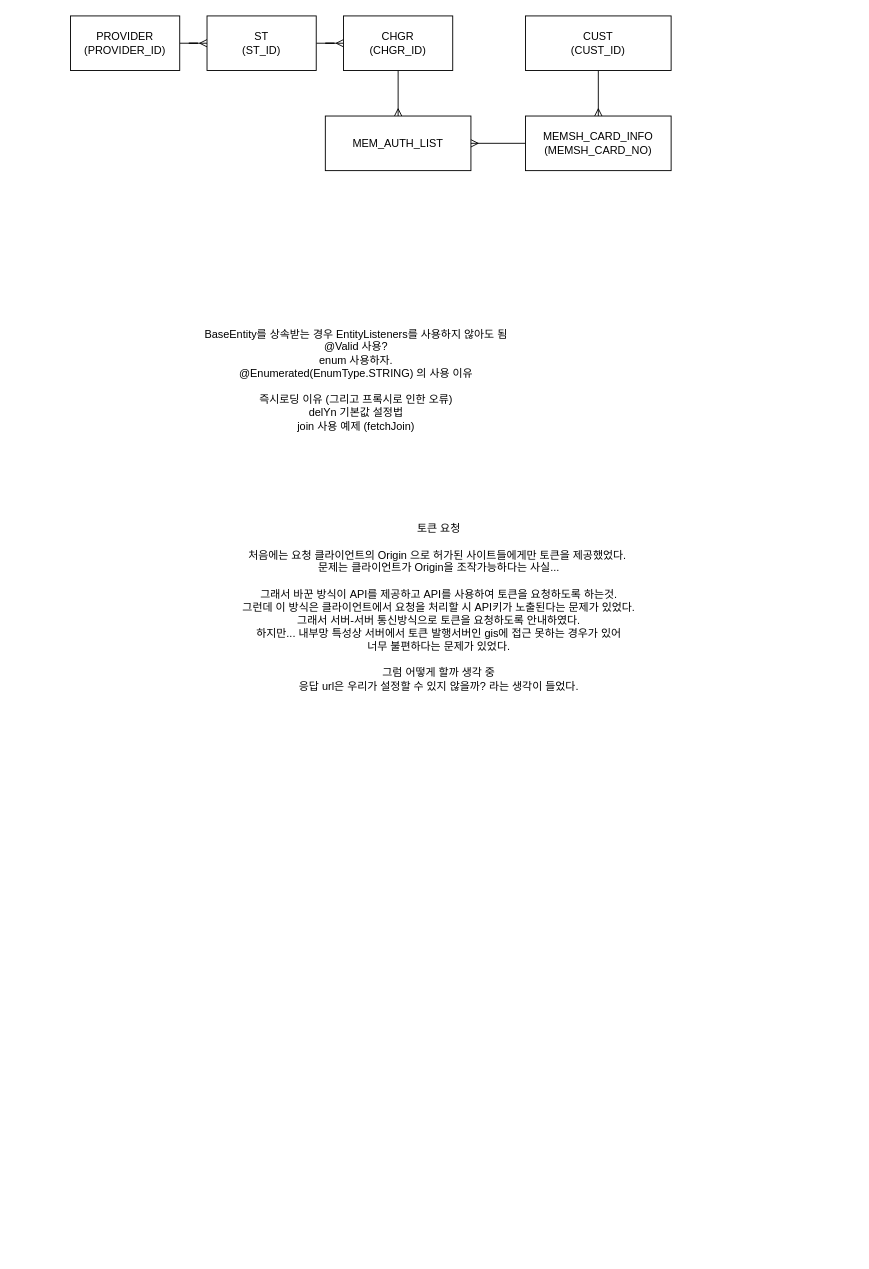
Above: mg/제목 없는 다이어그램.drawio in nadale28/drawio (draw.io), before the change. Source tidied: cells renumbered, new cells numbered last; positions are measured from the earlier drawing's top-left corner, leaving out a move shared by most shapes. Both pictures are drawn from the tidied source at 91%, with x=0, y=0 at pixel (70, 15).
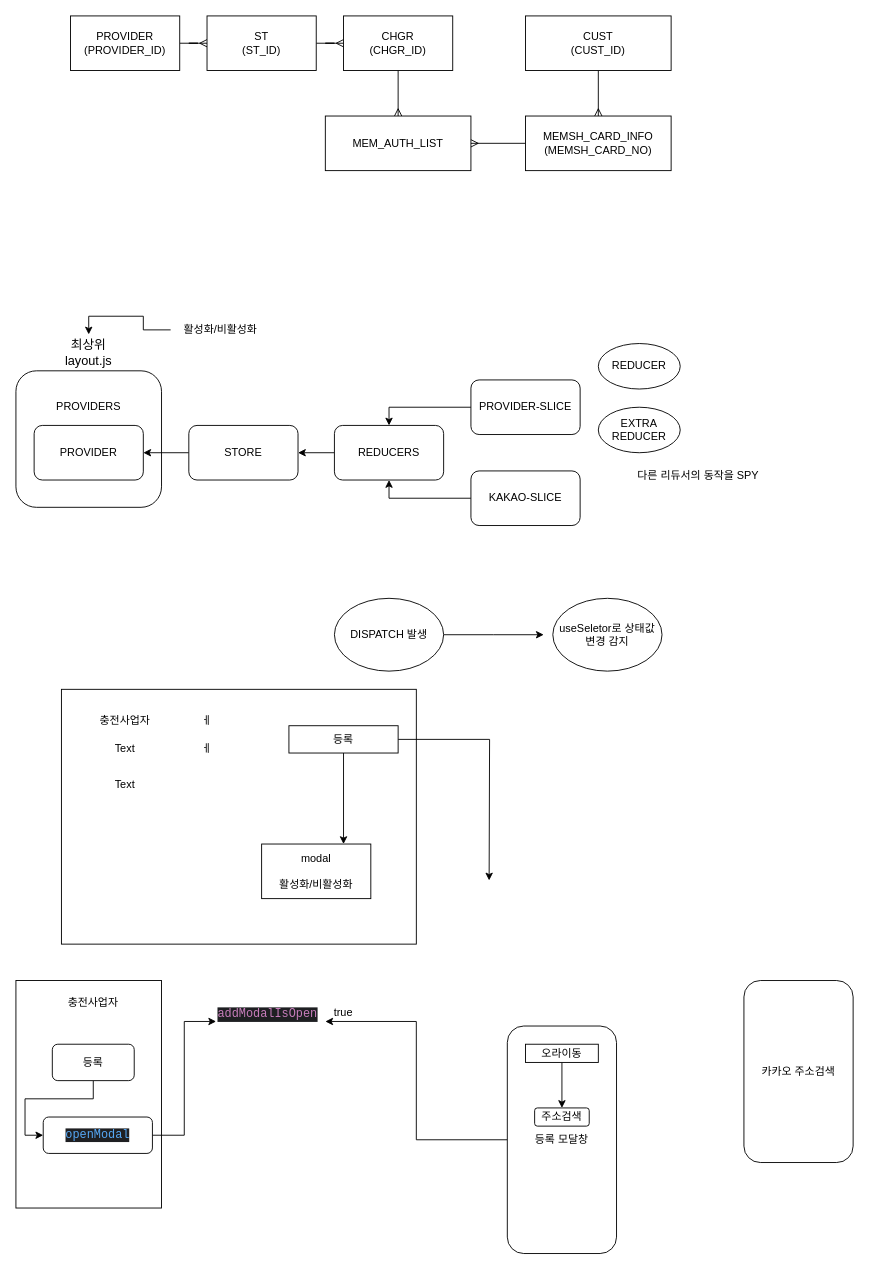
The same page after the edit.

Commit message:
제목 없는 다이어그램.drawio 업데이트

Change to the diagram source:
```diff
@@
+    <mxCell id="15" style="rounded=0;whiteSpace=wrap;html=1;" parent="1" vertex="1">
+      <mxGeometry x="-60" y="1060" width="160" height="250" as="geometry" />
+    </mxCell>
+    <mxCell id="16" value="&lt;br&gt;&lt;br&gt;PROVIDERS&lt;br&gt;&lt;br&gt;&lt;br&gt;&lt;br&gt;&lt;br&gt;&lt;br&gt;&lt;br&gt;&lt;br&gt;" style="rounded=1;whiteSpace=wrap;html=1;" parent="1" vertex="1">
+      <mxGeometry x="-60" y="390" width="160" height="150" as="geometry" />
+    </mxCell>
@@
-    <mxCell id="13" value="BaseEntity를 상속받는 경우 EntityListeners를 사용하지 않아도 됨&lt;br&gt;@Valid 사용?&lt;br&gt;enum 사용하자.&lt;br&gt;@Enumerated(EnumType.STRING) 의 사용 이유&lt;br&gt;&lt;br&gt;즉시로딩 이유 (그리고 프록시로 인한 오류)&lt;br&gt;delYn 기본값 설정법&lt;br&gt;join 사용 예제 (fetchJoin)" style="text;html=1;strokeColor=none;fillColor=none;align=center;verticalAlign=middle;whiteSpace=wrap;rounded=0;" parent="1" vertex="1">
-      <mxGeometry x="84" y="340" width="460" height="120" as="geometry" />
-    </mxCell>
-    <mxCell id="14" value="토큰 요청&lt;br&gt;&lt;br&gt;처음에는 요청 클라이언트의 Origin 으로 허가된 사이트들에게만 토큰을 제공했었다.&amp;nbsp;&lt;br&gt;문제는 클라이언트가 Origin을 조작가능하다는 사실...&lt;br&gt;&lt;br&gt;그래서 바꾼 방식이 API를 제공하고 API를 사용하여 토큰을 요청하도록 하는것.&lt;br&gt;그런데 이 방식은 클라이언트에서 요청을 처리할 시 API키가 노출된다는 문제가 있었다.&lt;br&gt;그래서 서버-서버 통신방식으로 토큰을 요청하도록 안내하였다.&lt;br&gt;하지만... 내부망 특성상 서버에서 토큰 발행서버인 gis에 접근 못하는 경우가 있어&lt;br&gt;너무 불편하다는 문제가 있었다.&lt;br&gt;&lt;br&gt;그럼 어떻게 할까 생각 중&lt;br&gt;응답 url은 우리가 설정할 수 있지 않을까? 라는 생각이 들었다.&lt;br&gt;" style="text;html=1;strokeColor=none;fillColor=none;align=center;verticalAlign=middle;whiteSpace=wrap;rounded=0;" parent="1" vertex="1">
-      <mxGeometry x="140" y="550" width="530" height="200" as="geometry" />
-    </mxCell>
+    <mxCell id="17" style="edgeStyle=orthogonalEdgeStyle;rounded=0;jettySize=auto;html=1;entryX=1;entryY=0.5;entryDx=0;entryDy=0;" parent="1" edge="1" source="18" target="19">
+      <mxGeometry relative="1" as="geometry" />
+    </mxCell>
+    <mxCell id="18" value="STORE" style="rounded=1;whiteSpace=wrap;html=1;" parent="1" vertex="1">
+      <mxGeometry x="130" y="450" width="120" height="60" as="geometry" />
+    </mxCell>
+    <mxCell id="19" value="PROVIDER" style="rounded=1;whiteSpace=wrap;html=1;" parent="1" vertex="1">
+      <mxGeometry x="-40" y="450" width="120" height="60" as="geometry" />
+    </mxCell>
+    <mxCell id="20" value="최상위 layout.js" style="text;html=1;strokeColor=none;fillColor=none;align=center;verticalAlign=middle;whiteSpace=wrap;rounded=0;fontStyle=0;fontSize=14;" parent="1" vertex="1">
+      <mxGeometry x="-10" y="350" width="60" height="40" as="geometry" />
+    </mxCell>
+    <mxCell id="21" style="edgeStyle=orthogonalEdgeStyle;rounded=0;jettySize=auto;html=1;entryX=1;entryY=0.5;entryDx=0;entryDy=0;" parent="1" edge="1" source="22" target="18">
+      <mxGeometry relative="1" as="geometry" />
+    </mxCell>
+    <mxCell id="22" value="REDUCERS" style="rounded=1;whiteSpace=wrap;html=1;" parent="1" vertex="1">
+      <mxGeometry x="290" y="450" width="120" height="60" as="geometry" />
+    </mxCell>
+    <mxCell id="23" style="edgeStyle=orthogonalEdgeStyle;rounded=0;jettySize=auto;html=1;entryX=0.5;entryY=0;entryDx=0;entryDy=0;" parent="1" edge="1" source="24" target="22">
+      <mxGeometry relative="1" as="geometry" />
+    </mxCell>
+    <mxCell id="24" value="PROVIDER-SLICE" style="rounded=1;whiteSpace=wrap;html=1;" parent="1" vertex="1">
+      <mxGeometry x="440" y="400" width="120" height="60" as="geometry" />
+    </mxCell>
+    <mxCell id="25" style="edgeStyle=orthogonalEdgeStyle;rounded=0;jettySize=auto;html=1;entryX=0.5;entryY=1;entryDx=0;entryDy=0;" parent="1" edge="1" source="26" target="22">
+      <mxGeometry relative="1" as="geometry" />
+    </mxCell>
+    <mxCell id="26" value="KAKAO-SLICE" style="rounded=1;whiteSpace=wrap;html=1;" parent="1" vertex="1">
+      <mxGeometry x="440" y="500" width="120" height="60" as="geometry" />
+    </mxCell>
+    <mxCell id="27" value="REDUCER" style="ellipse;whiteSpace=wrap;html=1;" parent="1" vertex="1">
+      <mxGeometry x="580" y="360" width="90" height="50" as="geometry" />
+    </mxCell>
+    <mxCell id="28" value="EXTRA&lt;br&gt;REDUCER" style="ellipse;whiteSpace=wrap;html=1;" parent="1" vertex="1">
+      <mxGeometry x="580" y="430" width="90" height="50" as="geometry" />
+    </mxCell>
+    <mxCell id="29" value="다른 리듀서의 동작을 SPY" style="text;html=1;strokeColor=none;fillColor=none;align=center;verticalAlign=middle;whiteSpace=wrap;rounded=0;" parent="1" vertex="1">
+      <mxGeometry x="610" y="490" width="160" height="30" as="geometry" />
+    </mxCell>
+    <mxCell id="30" style="edgeStyle=orthogonalEdgeStyle;rounded=0;jettySize=auto;html=1;" parent="1" edge="1" source="31">
+      <mxGeometry relative="1" as="geometry">
+        <mxPoint x="520" y="680" as="targetPoint" />
+      </mxGeometry>
+    </mxCell>
+    <mxCell id="31" value="DISPATCH 발생" style="ellipse;whiteSpace=wrap;html=1;" parent="1" vertex="1">
+      <mxGeometry x="290" y="640" width="120" height="80" as="geometry" />
+    </mxCell>
+    <mxCell id="32" value="useSeletor로 상태값 변경 감지" style="ellipse;whiteSpace=wrap;html=1;" parent="1" vertex="1">
+      <mxGeometry x="530" y="640" width="120" height="80" as="geometry" />
+    </mxCell>
+    <mxCell id="33" style="rounded=0;whiteSpace=wrap;html=1;" parent="1" vertex="1">
+      <mxGeometry x="-10" y="740" width="390" height="280" as="geometry" />
+    </mxCell>
+    <mxCell id="34" value="modal&lt;br&gt;&lt;br&gt;활성화/비활성화" style="rounded=0;whiteSpace=wrap;html=1;" parent="1" vertex="1">
+      <mxGeometry x="210" y="910" width="120" height="60" as="geometry" />
+    </mxCell>
+    <mxCell id="35" value="충전사업자" style="text;html=1;strokeColor=none;fillColor=none;align=center;verticalAlign=middle;whiteSpace=wrap;rounded=0;" parent="1" vertex="1">
+      <mxGeometry x="20" y="760" width="80" height="30" as="geometry" />
+    </mxCell>
+    <mxCell id="36" style="edgeStyle=orthogonalEdgeStyle;rounded=0;jettySize=auto;html=1;entryX=0.75;entryY=0;entryDx=0;entryDy=0;" parent="1" edge="1" source="38" target="34">
+      <mxGeometry relative="1" as="geometry" />
+    </mxCell>
+    <mxCell id="37" style="edgeStyle=orthogonalEdgeStyle;rounded=0;jettySize=auto;html=1;" parent="1" edge="1" source="38">
+      <mxGeometry relative="1" as="geometry">
+        <mxPoint x="460" y="950" as="targetPoint" />
+      </mxGeometry>
+    </mxCell>
+    <mxCell id="38" value="등록" style="rounded=0;whiteSpace=wrap;html=1;" parent="1" vertex="1">
+      <mxGeometry x="240" y="780" width="120" height="30" as="geometry" />
+    </mxCell>
+    <mxCell id="39" style="edgeStyle=orthogonalEdgeStyle;rounded=0;jettySize=auto;html=1;entryX=0.5;entryY=0;entryDx=0;entryDy=0;" parent="1" edge="1" source="40" target="20">
+      <mxGeometry relative="1" as="geometry" />
+    </mxCell>
+    <mxCell id="40" value="활성화/비활성화" style="text;html=1;strokeColor=none;fillColor=none;align=center;verticalAlign=middle;whiteSpace=wrap;rounded=0;" parent="1" vertex="1">
+      <mxGeometry x="110" y="330" width="110" height="30" as="geometry" />
+    </mxCell>
+    <mxCell id="41" style="edgeStyle=orthogonalEdgeStyle;rounded=0;jettySize=auto;html=1;entryX=0;entryY=0.5;entryDx=0;entryDy=0;" parent="1" edge="1" source="42" target="44">
+      <mxGeometry relative="1" as="geometry" />
+    </mxCell>
+    <mxCell id="42" value="등록" style="rounded=1;whiteSpace=wrap;html=1;" parent="1" vertex="1">
+      <mxGeometry x="-20" y="1130" width="90" height="40" as="geometry" />
+    </mxCell>
+    <mxCell id="43" style="edgeStyle=orthogonalEdgeStyle;rounded=0;jettySize=auto;html=1;entryX=0;entryY=0.5;entryDx=0;entryDy=0;" parent="1" edge="1" source="44" target="45">
+      <mxGeometry relative="1" as="geometry" />
+    </mxCell>
+    <mxCell id="44" value="&lt;div style=&quot;background-color:#1e1f22;color:#bcbec4&quot;&gt;&lt;pre style=&quot;font-family:'JetBrains Mono',monospace;font-size:9.8pt;&quot;&gt;&lt;span style=&quot;color:#56a8f5;&quot;&gt;openModal&lt;/span&gt;&lt;/pre&gt;&lt;/div&gt;" style="rounded=1;whiteSpace=wrap;html=1;" parent="1" vertex="1">
+      <mxGeometry x="-30" y="1210" width="120" height="40" as="geometry" />
+    </mxCell>
+    <mxCell id="45" value="&lt;div style=&quot;background-color:#1e1f22;color:#bcbec4&quot;&gt;&lt;pre style=&quot;font-family:'JetBrains Mono',monospace;font-size:9.8pt;&quot;&gt;&lt;span style=&quot;color:#c77dbb;&quot;&gt;addModalIsOpen&lt;/span&gt;&lt;/pre&gt;&lt;/div&gt;" style="text;whiteSpace=wrap;html=1;" parent="1" vertex="1">
+      <mxGeometry x="160" y="1070" width="120" height="70" as="geometry" />
+    </mxCell>
+    <mxCell id="46" value="true" style="text;html=1;strokeColor=none;fillColor=none;align=center;verticalAlign=middle;whiteSpace=wrap;rounded=0;" parent="1" vertex="1">
+      <mxGeometry x="270" y="1080" width="60" height="30" as="geometry" />
+    </mxCell>
+    <mxCell id="47" value="충전사업자" style="text;html=1;strokeColor=none;fillColor=none;align=center;verticalAlign=middle;whiteSpace=wrap;rounded=0;" parent="1" vertex="1">
+      <mxGeometry x="-10" y="1070" width="70" height="30" as="geometry" />
+    </mxCell>
+    <mxCell id="48" style="edgeStyle=orthogonalEdgeStyle;rounded=0;jettySize=auto;html=1;" parent="1" edge="1" source="49" target="45">
+      <mxGeometry relative="1" as="geometry" />
+    </mxCell>
+    <mxCell id="49" value="등록 모달창" style="rounded=1;whiteSpace=wrap;html=1;" parent="1" vertex="1">
+      <mxGeometry x="480" y="1110" width="120" height="250" as="geometry" />
+    </mxCell>
+    <mxCell id="50" value="주소검색" style="rounded=1;whiteSpace=wrap;html=1;" parent="1" vertex="1">
+      <mxGeometry x="510" y="1200" width="60" height="20" as="geometry" />
+    </mxCell>
+    <mxCell id="51" value="카카오 주소검색" style="rounded=1;whiteSpace=wrap;html=1;" parent="1" vertex="1">
+      <mxGeometry x="740" y="1060" width="120" height="200" as="geometry" />
+    </mxCell>
+    <mxCell id="52" style="edgeStyle=orthogonalEdgeStyle;rounded=0;jettySize=auto;html=1;" parent="1" edge="1" source="53" target="50">
+      <mxGeometry relative="1" as="geometry" />
+    </mxCell>
+    <mxCell id="53" value="오라이동" style="rounded=0;whiteSpace=wrap;html=1;" parent="1" vertex="1">
+      <mxGeometry x="500" y="1130" width="80" height="20" as="geometry" />
+    </mxCell>
+    <mxCell id="54" value="Text" style="text;html=1;strokeColor=none;fillColor=none;align=center;verticalAlign=middle;whiteSpace=wrap;rounded=0;" parent="1" vertex="1">
+      <mxGeometry x="30" y="790" width="60" height="30" as="geometry" />
+    </mxCell>
+    <mxCell id="55" value="Text" style="text;html=1;strokeColor=none;fillColor=none;align=center;verticalAlign=middle;whiteSpace=wrap;rounded=0;" parent="1" vertex="1">
+      <mxGeometry x="30" y="830" width="60" height="30" as="geometry" />
+    </mxCell>
+    <mxCell id="56" value="ㅔ" style="text;html=1;strokeColor=none;fillColor=none;align=center;verticalAlign=middle;whiteSpace=wrap;rounded=0;" parent="1" vertex="1">
+      <mxGeometry x="120" y="760" width="60" height="30" as="geometry" />
+    </mxCell>
+    <mxCell id="57" value="ㅔ" style="text;html=1;strokeColor=none;fillColor=none;align=center;verticalAlign=middle;whiteSpace=wrap;rounded=0;" parent="1" vertex="1">
+      <mxGeometry x="120" y="790" width="60" height="30" as="geometry" />
+    </mxCell>
```
